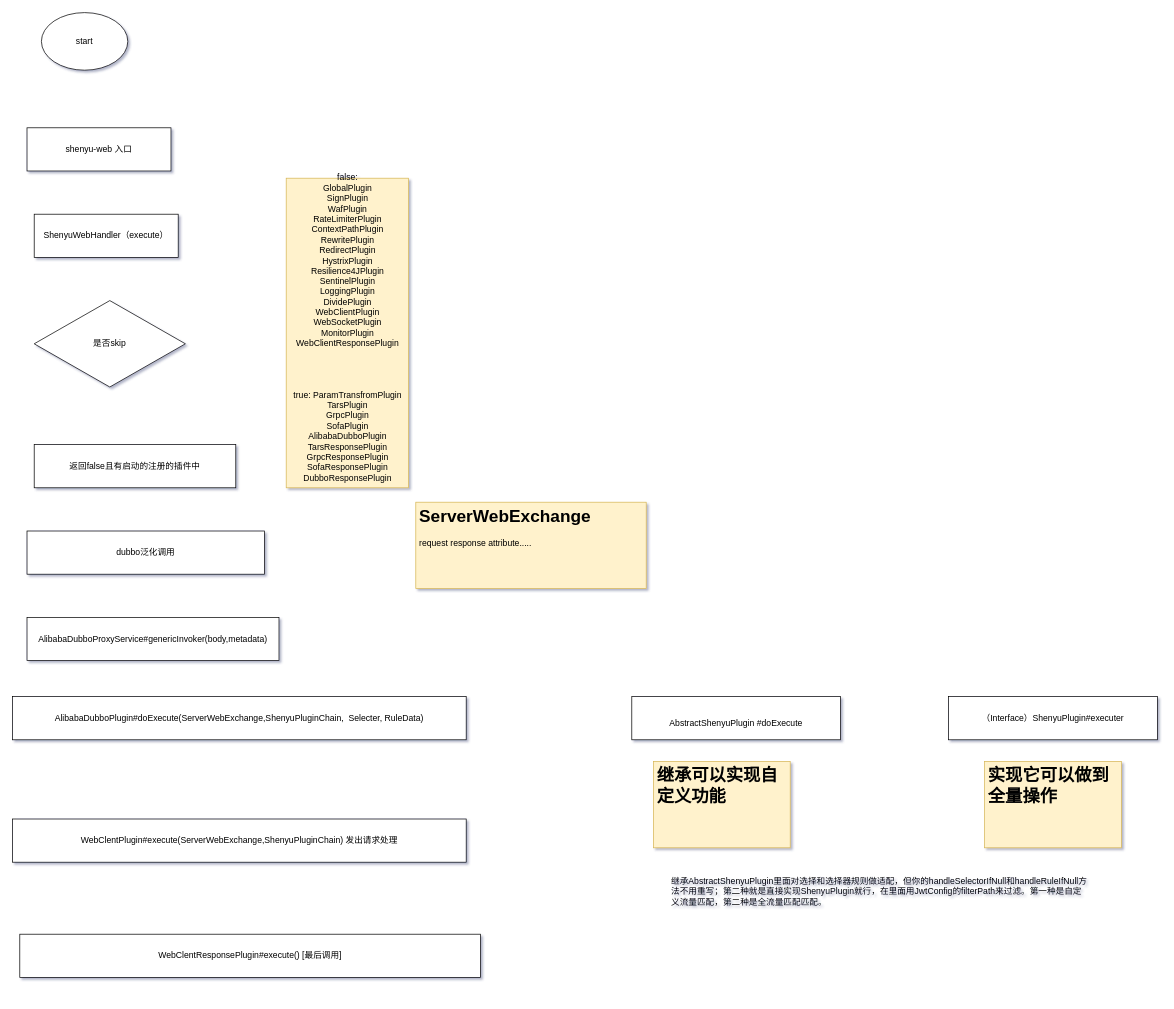
Before: Shenye.drawio in FocusZhouGD/drawprogram, a draw.io diagram. Source tidied: cells renumbered, new cells numbered last; positions are measured from the earlier drawing's top-left corner, leaving out a move shared by most shapes. Both pictures are drawn from the tidied source at 72%, with x=0, y=0 at pixel (12, 12).
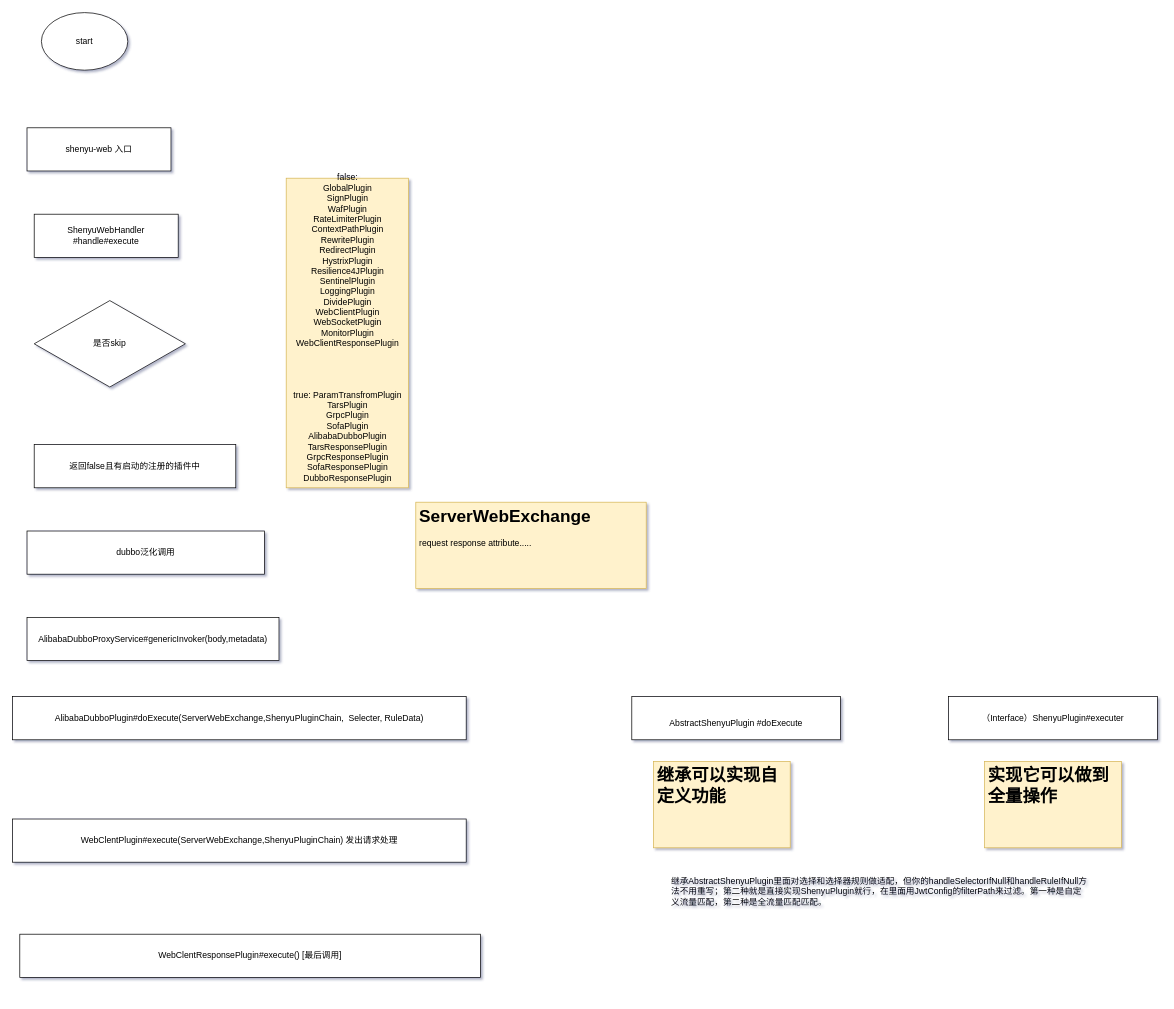
After the change.

Diff of the diagram source:
```diff
@@
 <mxGraphModel shadow="1">
   <root>
     <mxCell id="0" />
     <mxCell id="1" parent="0" />
     <mxCell id="2" value="start" style="ellipse;whiteSpace=wrap;html=1;" parent="1" vertex="1">
       <mxGeometry x="40" width="120" height="80" as="geometry" />
     </mxCell>
     <mxCell id="3" value="shenyu-web 入口" style="rounded=0;whiteSpace=wrap;html=1;" parent="1" vertex="1">
       <mxGeometry x="20" y="160" width="200" height="60" as="geometry" />
     </mxCell>
-    <mxCell id="4" value="ShenyuWebHandler（execute）" style="rounded=0;whiteSpace=wrap;html=1;" parent="1" vertex="1">
+    <mxCell id="4" value="ShenyuWebHandler #handle#execute" style="rounded=0;whiteSpace=wrap;html=1;" parent="1" vertex="1">
       <mxGeometry x="30" y="280" width="200" height="60" as="geometry" />
     </mxCell>
     <mxCell id="5" value="是否skip" style="rhombus;whiteSpace=wrap;html=1;" parent="1" vertex="1">
       <mxGeometry x="30" y="400" width="210" height="120" as="geometry" />
     </mxCell>
     <mxCell id="6" value="返回false且有启动的注册的插件中" style="rounded=0;whiteSpace=wrap;html=1;" parent="1" vertex="1">
       <mxGeometry x="30" y="600" width="280" height="60" as="geometry" />
     </mxCell>
     <mxCell id="7" value="dubbo泛化调用" style="rounded=0;whiteSpace=wrap;html=1;" parent="1" vertex="1">
       <mxGeometry x="20" y="720" width="330" height="60" as="geometry" />
     </mxCell>
     <mxCell id="8" value="AlibabaDubboProxyService#genericInvoker(body,metadata)" style="rounded=0;whiteSpace=wrap;html=1;" parent="1" vertex="1">
       <mxGeometry x="20" y="840" width="350" height="60" as="geometry" />
     </mxCell>
     <mxCell id="9" value="AlibabaDubboPlugin#doExecute(ServerWebExchange,ShenyuPluginChain,&amp;nbsp; Selecter, RuleData)" style="rounded=0;whiteSpace=wrap;html=1;" parent="1" vertex="1">
       <mxGeometry y="950" width="630" height="60" as="geometry" />
     </mxCell>
     <mxCell id="10" value="&lt;h1&gt;ServerWebExchange&lt;/h1&gt;&lt;div&gt;request response attribute.....&lt;/div&gt;" style="text;html=1;strokeColor=#d6b656;fillColor=#fff2cc;spacing=5;spacingTop=-20;whiteSpace=wrap;overflow=hidden;rounded=0;" parent="1" vertex="1">
       <mxGeometry x="560" y="680" width="320" height="120" as="geometry" />
     </mxCell>
     <mxCell id="11" value="&lt;br&gt;AbstractShenyuPlugin #doExecute" style="rounded=0;whiteSpace=wrap;html=1;" parent="1" vertex="1">
       <mxGeometry x="860" y="950" width="290" height="60" as="geometry" />
     </mxCell>
     <mxCell id="12" value="（Interface）ShenyuPlugin#executer" style="rounded=0;whiteSpace=wrap;html=1;" parent="1" vertex="1">
       <mxGeometry x="1300" y="950" width="290" height="60" as="geometry" />
     </mxCell>
     <mxCell id="13" value="&lt;h1&gt;继承可以实现自定义功能&lt;/h1&gt;" style="text;html=1;strokeColor=#d6b656;fillColor=#fff2cc;spacing=5;spacingTop=-20;whiteSpace=wrap;overflow=hidden;rounded=0;" parent="1" vertex="1">
       <mxGeometry x="890" y="1040" width="190" height="120" as="geometry" />
     </mxCell>
     <mxCell id="14" value="&lt;h1&gt;实现它可以做到全量操作&lt;/h1&gt;" style="text;html=1;strokeColor=#d6b656;fillColor=#fff2cc;spacing=5;spacingTop=-20;whiteSpace=wrap;overflow=hidden;rounded=0;" parent="1" vertex="1">
       <mxGeometry x="1350" y="1040" width="190" height="120" as="geometry" />
     </mxCell>
     <mxCell id="15" value="继承AbstractShenyuPlugin里面对选择和选择器规则做适配，但你的handleSelectorIfNull和handleRuleIfNull方法不用重写；第二种就是直接实现ShenyuPlugin就行，在里面用JwtConfig的filterPath来过滤。第一种是自定义流量匹配，第二种是全流量匹配匹配。" style="text;html=1;strokeColor=none;fillColor=none;spacing=5;spacingTop=-20;whiteSpace=wrap;overflow=hidden;rounded=0;" parent="1" vertex="1">
       <mxGeometry x="910" y="1210" width="590" height="150" as="geometry" />
     </mxCell>
     <mxCell id="16" value="WebClentPlugin#execute(ServerWebExchange,ShenyuPluginChain) 发出请求处理" style="rounded=0;whiteSpace=wrap;html=1;" parent="1" vertex="1">
       <mxGeometry y="1120" width="630" height="60" as="geometry" />
     </mxCell>
     <mxCell id="17" value="WebClentResponsePlugin#execute() [最后调用]" style="rounded=0;whiteSpace=wrap;html=1;" parent="1" vertex="1">
       <mxGeometry x="10" y="1280" width="640" height="60" as="geometry" />
     </mxCell>
     <mxCell id="18" value="false:&lt;br&gt;GlobalPlugin&lt;br&gt;SignPlugin&lt;br&gt;WafPlugin&lt;br&gt;RateLimiterPlugin&lt;br&gt;ContextPathPlugin&lt;br&gt;RewritePlugin&lt;br&gt;RedirectPlugin&lt;br&gt;HystrixPlugin&lt;br&gt;Resilience4JPlugin&lt;br&gt;SentinelPlugin&lt;br&gt;LoggingPlugin&lt;br&gt;DividePlugin&lt;br&gt;WebClientPlugin&lt;br&gt;WebSocketPlugin&lt;br&gt;MonitorPlugin&lt;br&gt;WebClientResponsePlugin&lt;br&gt;&lt;br&gt;&lt;br&gt;&lt;br&gt;&lt;br&gt;true: ParamTransfromPlugin&lt;br&gt;TarsPlugin&lt;br&gt;GrpcPlugin&lt;br&gt;SofaPlugin&lt;br&gt;AlibabaDubboPlugin&lt;br&gt;TarsResponsePlugin&lt;br&gt;GrpcResponsePlugin&lt;br&gt;SofaResponsePlugin&lt;br&gt;DubboResponsePlugin&lt;br&gt;&lt;br&gt;" style="text;html=1;align=center;verticalAlign=middle;strokeColor=#d6b656;fillColor=#fff2cc;" parent="1" vertex="1">
       <mxGeometry x="380" y="230" width="170" height="430" as="geometry" />
     </mxCell>
   </root>
 </mxGraphModel>
```
